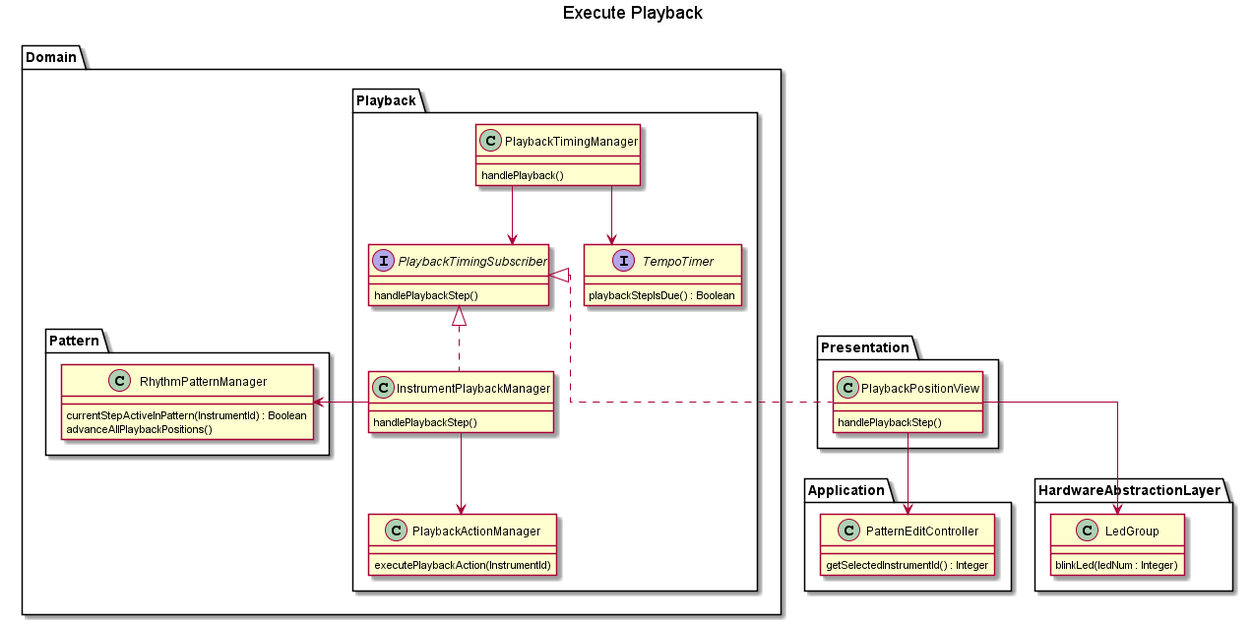
Warwolt/tr2k_drum_machine keeps this PlantUML diagram as doc/plantuml/img/class_diagrams/execute_playback.png. Above is the earlier version.
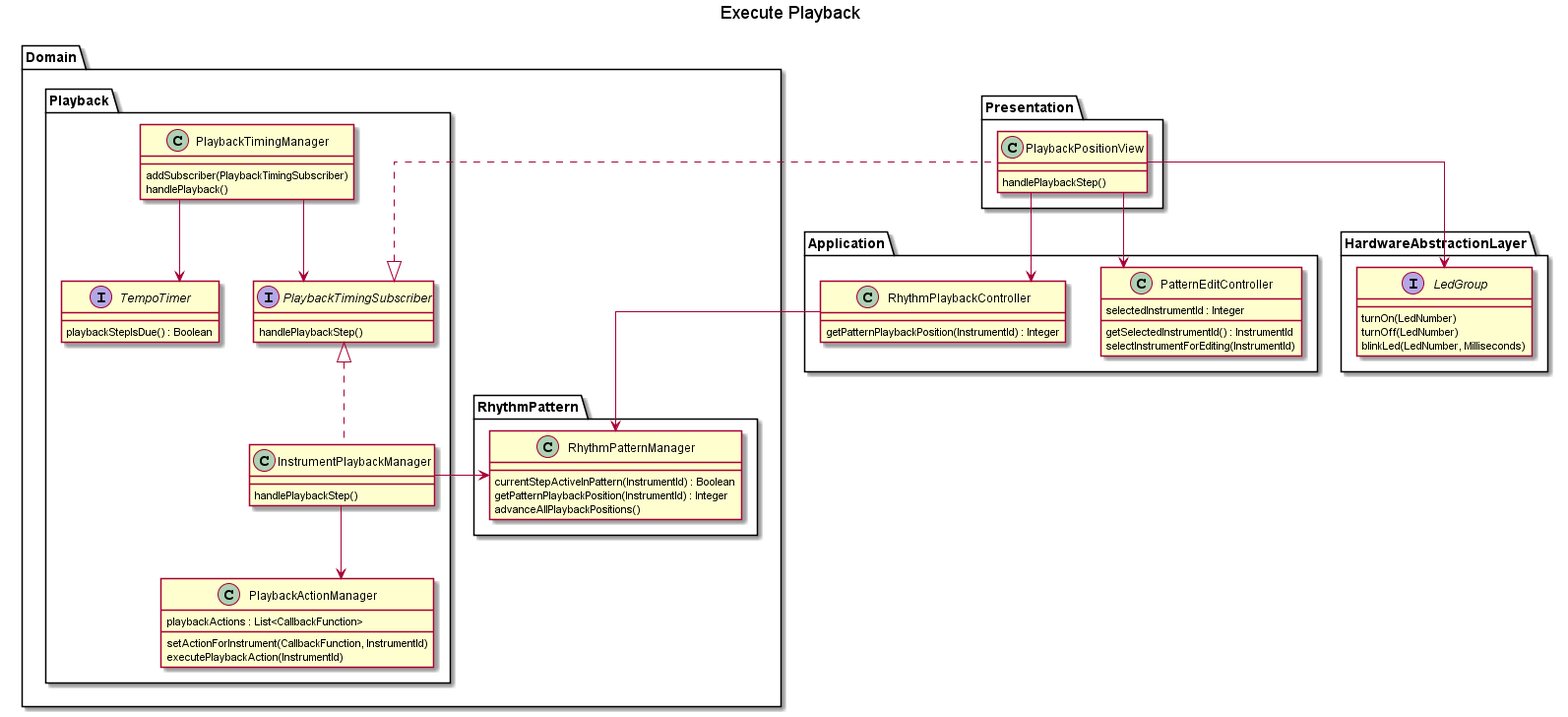
After the change.

Commit message:
Expand upon playback execution design in previous commit

What changed in the source:
```diff
@@ -18,7 +18,15 @@
 {
 	class PatternEditController
 	{
-		getSelectedInstrumentId() : Integer
+		selectedInstrumentId : Integer
+
+		getSelectedInstrumentId() : InstrumentId
+		selectInstrumentForEditing(InstrumentId)
+	}
+
+	class RhythmPlaybackController
+	{
+		getPatternPlaybackPosition(InstrumentId) : Integer
 	}
 }
 
@@ -28,6 +36,7 @@
 	{
 		class PlaybackTimingManager
 		{
+			addSubscriber(PlaybackTimingSubscriber)
 			handlePlayback()
 		}
 
@@ -48,15 +57,18 @@
 
 		class PlaybackActionManager
 		{
+			playbackActions : List<CallbackFunction>
+			setActionForInstrument(CallbackFunction, InstrumentId)
 			executePlaybackAction(InstrumentId)
 		}
 	}
 
-	Package "Pattern"
+	Package "RhythmPattern"
 	{
 		class RhythmPatternManager
 		{
 			currentStepActiveInPattern(InstrumentId) : Boolean
+			getPatternPlaybackPosition(InstrumentId) : Integer
 			advanceAllPlaybackPositions()
 		}
 	}
@@ -64,9 +76,11 @@
 
 Package "HardwareAbstractionLayer"
 {
-	class LedGroup
+	interface LedGroup
 	{
-		blinkLed(ledNum : Integer)
+		turnOn(LedNumber)
+		turnOff(LedNumber)
+		blinkLed(LedNumber, Milliseconds)
 	}
 }
 
@@ -81,6 +95,9 @@
 InstrumentPlaybackManager --> PlaybackActionManager
 
 PlaybackPositionView --> PatternEditController
+PlaybackPositionView --> RhythmPlaybackController
 PlaybackPositionView --> LedGroup
 
+RhythmPlaybackController --> RhythmPatternManager
+
 @enduml
```
